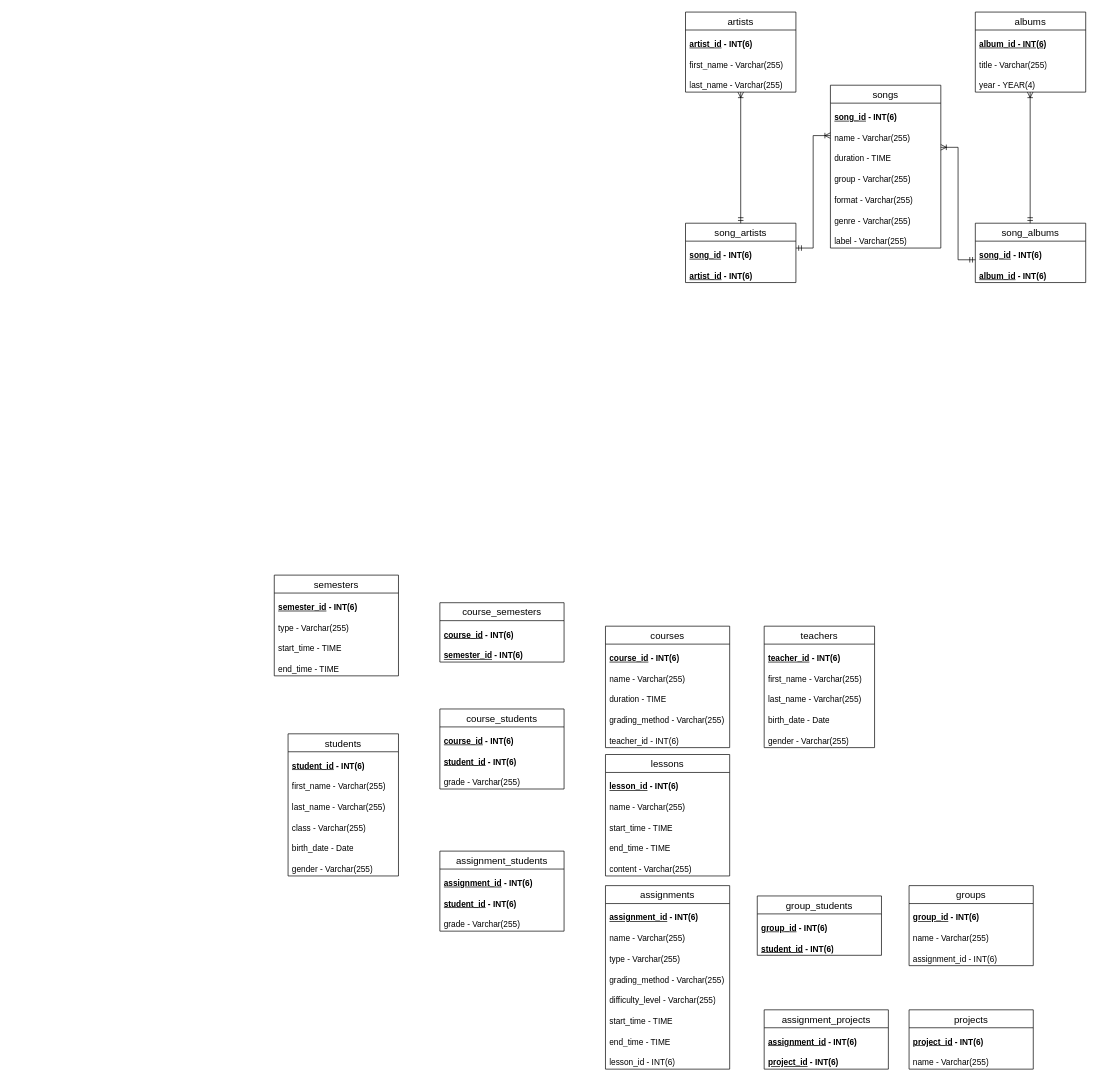
Nyan-Young/JavaBase keeps this draw.io diagram as 未命名绘图.drawio. Above is the earlier version. Source tidied: cells renumbered, new cells numbered last; positions are measured from the earlier drawing's top-left corner, leaving out a move shared by most shapes. Both pictures are drawn from the tidied source at 69%, with x=0, y=0 at pixel (274, 12).
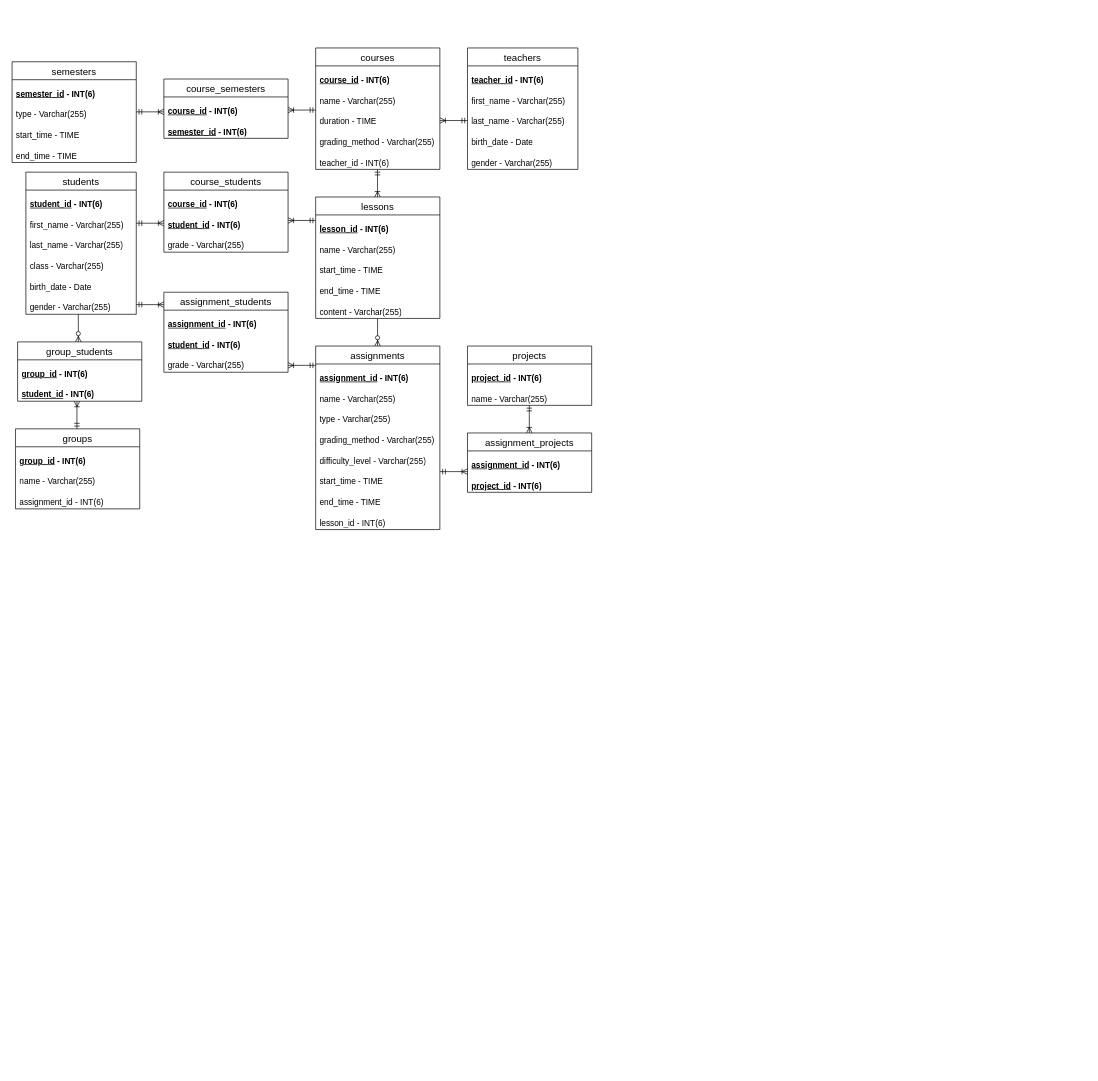
Above is the later version.

Commit message (it also covers changes not shown here):
更新未命名绘图.drawio

The edit, as a diff of the source:
```diff
@@
-    <mxCell id="2" value="songs" style="swimlane;fontStyle=0;horizontal=1;startSize=26;align=center;fontSize=14;verticalAlign=middle;" parent="1" vertex="1">
-      <mxGeometry x="806" y="106" width="160" height="236" as="geometry" />
-    </mxCell>
-    <mxCell id="3" value="&lt;p class=&quot;MsoNormal&quot;&gt;&lt;b&gt;&lt;u&gt;song_id&lt;/u&gt; - INT(6)&lt;/b&gt;&lt;/p&gt;" style="text;strokeColor=none;fillColor=none;spacingLeft=4;spacingRight=4;overflow=hidden;fontSize=12;whiteSpace=wrap;html=1;verticalAlign=bottom;" parent="2" vertex="1">
-      <mxGeometry y="26" width="160" height="30" as="geometry" />
-    </mxCell>
-    <mxCell id="4" value="&lt;p style=&quot;border-color: var(--border-color);&quot; class=&quot;MsoNormal&quot;&gt;name - Varchar(255)&lt;/p&gt;" style="text;strokeColor=none;fillColor=none;spacingLeft=4;spacingRight=4;overflow=hidden;fontSize=12;whiteSpace=wrap;html=1;verticalAlign=bottom;" parent="2" vertex="1">
-      <mxGeometry y="56" width="160" height="30" as="geometry" />
-    </mxCell>
-    <mxCell id="5" value="&lt;p style=&quot;border-color: var(--border-color);&quot; class=&quot;MsoNormal&quot;&gt;duration - TIME&lt;/p&gt;" style="text;strokeColor=none;fillColor=none;spacingLeft=4;spacingRight=4;overflow=hidden;fontSize=12;whiteSpace=wrap;html=1;verticalAlign=bottom;" parent="2" vertex="1">
-      <mxGeometry y="86" width="160" height="30" as="geometry" />
-    </mxCell>
-    <mxCell id="6" value="&lt;span style=&quot;background-color: initial;&quot;&gt;group - Varchar(255)&lt;/span&gt;" style="text;strokeColor=none;fillColor=none;spacingLeft=4;spacingRight=4;overflow=hidden;fontSize=12;whiteSpace=wrap;html=1;verticalAlign=bottom;" parent="2" vertex="1">
-      <mxGeometry y="116" width="160" height="30" as="geometry" />
-    </mxCell>
-    <mxCell id="7" value="&lt;span style=&quot;background-color: initial;&quot;&gt;format - Varchar(255)&lt;/span&gt;&lt;br&gt;" style="text;strokeColor=none;fillColor=none;spacingLeft=4;spacingRight=4;overflow=hidden;fontSize=12;whiteSpace=wrap;html=1;verticalAlign=bottom;" parent="2" vertex="1">
-      <mxGeometry y="146" width="160" height="30" as="geometry" />
-    </mxCell>
-    <mxCell id="8" value="genre - Varchar(255)" style="text;strokeColor=none;fillColor=none;spacingLeft=4;spacingRight=4;overflow=hidden;fontSize=12;whiteSpace=wrap;html=1;verticalAlign=bottom;" parent="2" vertex="1">
-      <mxGeometry y="176" width="160" height="30" as="geometry" />
-    </mxCell>
-    <mxCell id="9" value="label - Varchar(255)" style="text;strokeColor=none;fillColor=none;spacingLeft=4;spacingRight=4;overflow=hidden;fontSize=12;whiteSpace=wrap;html=1;verticalAlign=bottom;" parent="2" vertex="1">
-      <mxGeometry y="206" width="160" height="30" as="geometry" />
-    </mxCell>
-    <mxCell id="10" value="artists" style="swimlane;fontStyle=0;horizontal=1;startSize=26;align=center;fontSize=14;verticalAlign=middle;" parent="1" vertex="1">
-      <mxGeometry x="596" width="160" height="116" as="geometry" />
-    </mxCell>
-    <mxCell id="11" value="&lt;p class=&quot;MsoNormal&quot;&gt;&lt;b&gt;&lt;u&gt;artist_id&lt;/u&gt; - INT(6)&lt;/b&gt;&lt;/p&gt;" style="text;strokeColor=none;fillColor=none;spacingLeft=4;spacingRight=4;overflow=hidden;fontSize=12;whiteSpace=wrap;html=1;verticalAlign=bottom;" parent="10" vertex="1">
-      <mxGeometry y="26" width="160" height="30" as="geometry" />
-    </mxCell>
-    <mxCell id="12" value="&lt;p style=&quot;border-color: var(--border-color);&quot; class=&quot;MsoNormal&quot;&gt;first_name - Varchar(255)&lt;/p&gt;" style="text;strokeColor=none;fillColor=none;spacingLeft=4;spacingRight=4;overflow=hidden;fontSize=12;whiteSpace=wrap;html=1;verticalAlign=bottom;" parent="10" vertex="1">
-      <mxGeometry y="56" width="160" height="30" as="geometry" />
-    </mxCell>
-    <mxCell id="13" value="&lt;p style=&quot;border-color: var(--border-color);&quot; class=&quot;MsoNormal&quot;&gt;last_name - Varchar(255)&lt;br&gt;&lt;/p&gt;" style="text;strokeColor=none;fillColor=none;spacingLeft=4;spacingRight=4;overflow=hidden;points=[[0,0.5],[1,0.5]];portConstraint=eastwest;fontSize=12;whiteSpace=wrap;html=1;verticalAlign=bottom;" parent="10" vertex="1">
-      <mxGeometry y="86" width="160" height="30" as="geometry" />
-    </mxCell>
-    <mxCell id="14" value="albums" style="swimlane;fontStyle=0;horizontal=1;startSize=26;align=center;fontSize=14;verticalAlign=middle;" parent="1" vertex="1">
-      <mxGeometry x="1016" width="160" height="116" as="geometry" />
-    </mxCell>
-    <mxCell id="15" value="&lt;b&gt;&lt;u&gt;album&lt;span style=&quot;background-color: initial;&quot;&gt;_id - INT(6)&lt;/span&gt;&lt;/u&gt;&lt;/b&gt;" style="text;strokeColor=none;fillColor=none;spacingLeft=4;spacingRight=4;overflow=hidden;fontSize=12;whiteSpace=wrap;html=1;verticalAlign=bottom;" parent="14" vertex="1">
-      <mxGeometry y="26" width="160" height="30" as="geometry" />
-    </mxCell>
-    <mxCell id="16" value="&lt;p class=&quot;MsoNormal&quot;&gt;title - Varchar(255)&lt;/p&gt;" style="text;strokeColor=none;fillColor=none;spacingLeft=4;spacingRight=4;overflow=hidden;fontSize=12;whiteSpace=wrap;html=1;verticalAlign=bottom;" parent="14" vertex="1">
-      <mxGeometry y="56" width="160" height="30" as="geometry" />
-    </mxCell>
-    <mxCell id="17" value="&lt;p class=&quot;MsoNormal&quot;&gt;year - YEAR(4)&lt;/p&gt;" style="text;strokeColor=none;fillColor=none;spacingLeft=4;spacingRight=4;overflow=hidden;fontSize=12;whiteSpace=wrap;html=1;verticalAlign=bottom;" parent="14" vertex="1">
-      <mxGeometry y="86" width="160" height="30" as="geometry" />
-    </mxCell>
-    <mxCell id="18" value="song_artists" style="swimlane;fontStyle=0;horizontal=1;startSize=26;align=center;fontSize=14;verticalAlign=middle;" parent="1" vertex="1">
-      <mxGeometry x="596" y="306" width="160" height="86" as="geometry" />
-    </mxCell>
-    <mxCell id="19" value="&lt;p class=&quot;MsoNormal&quot;&gt;&lt;b style=&quot;border-color: var(--border-color);&quot;&gt;&lt;u style=&quot;border-color: var(--border-color);&quot;&gt;song_id&lt;/u&gt;&amp;nbsp;- INT(6)&lt;/b&gt;&lt;br&gt;&lt;/p&gt;" style="text;strokeColor=none;fillColor=none;spacingLeft=4;spacingRight=4;overflow=hidden;fontSize=12;whiteSpace=wrap;html=1;verticalAlign=bottom;" parent="18" vertex="1">
-      <mxGeometry y="26" width="160" height="30" as="geometry" />
-    </mxCell>
-    <mxCell id="20" value="&lt;p style=&quot;border-color: var(--border-color);&quot; class=&quot;MsoNormal&quot;&gt;&lt;b style=&quot;border-color: var(--border-color);&quot;&gt;&lt;u style=&quot;border-color: var(--border-color);&quot;&gt;artist_id&lt;/u&gt;&amp;nbsp;- INT(6)&lt;/b&gt;&lt;br&gt;&lt;/p&gt;" style="text;strokeColor=none;fillColor=none;spacingLeft=4;spacingRight=4;overflow=hidden;fontSize=12;whiteSpace=wrap;html=1;verticalAlign=bottom;" parent="18" vertex="1">
-      <mxGeometry y="56" width="160" height="30" as="geometry" />
-    </mxCell>
-    <mxCell id="21" value="song_albums" style="swimlane;fontStyle=0;horizontal=1;startSize=26;align=center;fontSize=14;verticalAlign=middle;" parent="1" vertex="1">
-      <mxGeometry x="1016" y="306" width="160" height="86" as="geometry" />
-    </mxCell>
-    <mxCell id="22" value="&lt;p class=&quot;MsoNormal&quot;&gt;&lt;b style=&quot;border-color: var(--border-color);&quot;&gt;&lt;u style=&quot;border-color: var(--border-color);&quot;&gt;song_id&lt;/u&gt;&amp;nbsp;- INT(6)&lt;/b&gt;&lt;br&gt;&lt;/p&gt;" style="text;strokeColor=none;fillColor=none;spacingLeft=4;spacingRight=4;overflow=hidden;points=[[0,0.5],[1,0.5]];portConstraint=eastwest;fontSize=12;whiteSpace=wrap;html=1;verticalAlign=bottom;" parent="21" vertex="1">
-      <mxGeometry y="26" width="160" height="30" as="geometry" />
-    </mxCell>
-    <mxCell id="23" value="&lt;p style=&quot;border-color: var(--border-color);&quot; class=&quot;MsoNormal&quot;&gt;&lt;b style=&quot;border-color: var(--border-color);&quot;&gt;&lt;u style=&quot;border-color: var(--border-color);&quot;&gt;album_id&lt;/u&gt;&amp;nbsp;- INT(6)&lt;/b&gt;&lt;br&gt;&lt;/p&gt;" style="text;strokeColor=none;fillColor=none;spacingLeft=4;spacingRight=4;overflow=hidden;fontSize=12;whiteSpace=wrap;html=1;verticalAlign=bottom;" parent="21" vertex="1">
-      <mxGeometry y="56" width="160" height="30" as="geometry" />
-    </mxCell>
-    <mxCell id="24" style="fontSize=12;html=1;endArrow=ERoneToMany;startArrow=ERmandOne;rounded=0;exitX=0.5;exitY=0;exitDx=0;exitDy=0;entryX=0.5;entryY=1;entryDx=0;entryDy=0;entryPerimeter=0;" parent="1" edge="1" source="18" target="13">
-      <mxGeometry relative="1" as="geometry" />
-    </mxCell>
-    <mxCell id="25" style="fontSize=12;html=1;endArrow=ERoneToMany;startArrow=ERmandOne;rounded=0;exitX=0.5;exitY=0;exitDx=0;exitDy=0;entryX=0.5;entryY=1;entryDx=0;entryDy=0;entryPerimeter=0;" parent="1" edge="1">
-      <mxGeometry relative="1" as="geometry">
-        <mxPoint x="1095.5" y="306" as="sourcePoint" />
-        <mxPoint x="1095.5" y="116" as="targetPoint" />
-      </mxGeometry>
-    </mxCell>
-    <mxCell id="26" style="edgeStyle=orthogonalEdgeStyle;fontSize=12;html=1;endArrow=ERoneToMany;startArrow=ERmandOne;rounded=0;" parent="1" edge="1" source="22">
-      <mxGeometry relative="1" as="geometry">
-        <mxPoint x="966" y="196" as="targetPoint" />
-        <Array as="points">
-          <mxPoint x="991" y="359" />
-          <mxPoint x="991" y="196" />
-        </Array>
-      </mxGeometry>
-    </mxCell>
-    <mxCell id="27" style="edgeStyle=orthogonalEdgeStyle;fontSize=12;html=1;endArrow=ERoneToMany;startArrow=ERmandOne;rounded=0;" parent="1" edge="1">
-      <mxGeometry relative="1" as="geometry">
-        <mxPoint x="756" y="342" as="sourcePoint" />
-        <mxPoint x="806" y="179" as="targetPoint" />
-        <Array as="points">
-          <mxPoint x="781" y="342" />
-          <mxPoint x="781" y="179" />
-        </Array>
-      </mxGeometry>
-    </mxCell>
     <mxCell id="28" value="courses" style="swimlane;fontStyle=0;horizontal=1;startSize=26;align=center;fontSize=14;verticalAlign=middle;" parent="1" vertex="1">
-      <mxGeometry x="480" y="890" width="180" height="176" as="geometry" />
+      <mxGeometry x="60" y="52" width="180" height="176" as="geometry" />
     </mxCell>
@@
     <mxCell id="34" value="lessons" style="swimlane;fontStyle=0;horizontal=1;startSize=26;align=center;fontSize=14;verticalAlign=middle;" parent="1" vertex="1">
-      <mxGeometry x="480" y="1076" width="180" height="176" as="geometry" />
+      <mxGeometry x="60" y="268" width="180" height="176" as="geometry" />
     </mxCell>
@@
     <mxCell id="40" value="assignments" style="swimlane;fontStyle=0;horizontal=1;startSize=26;align=center;fontSize=14;verticalAlign=middle;" parent="1" vertex="1">
-      <mxGeometry x="480" y="1266" width="180" height="266" as="geometry" />
+      <mxGeometry x="60" y="484" width="180" height="266" as="geometry" />
     </mxCell>
@@
     <mxCell id="49" value="groups" style="swimlane;fontStyle=0;horizontal=1;startSize=26;align=center;fontSize=14;verticalAlign=middle;" parent="1" vertex="1">
-      <mxGeometry x="920" y="1266" width="180" height="116" as="geometry" />
+      <mxGeometry x="-375" y="604" width="180" height="116" as="geometry" />
     </mxCell>
@@
     <mxCell id="53" value="group_students" style="swimlane;fontStyle=0;horizontal=1;startSize=26;align=center;fontSize=14;verticalAlign=middle;" parent="1" vertex="1">
-      <mxGeometry x="700" y="1281" width="180" height="86" as="geometry" />
+      <mxGeometry x="-372" y="478" width="180" height="86" as="geometry" />
     </mxCell>
@@
     <mxCell id="56" value="projects" style="swimlane;fontStyle=0;horizontal=1;startSize=26;align=center;fontSize=14;verticalAlign=middle;" parent="1" vertex="1">
-      <mxGeometry x="920" y="1446" width="180" height="86" as="geometry" />
+      <mxGeometry x="280" y="484" width="180" height="86" as="geometry" />
     </mxCell>
@@
     <mxCell id="59" value="course_students" style="swimlane;fontStyle=0;horizontal=1;startSize=26;align=center;fontSize=14;verticalAlign=middle;" parent="1" vertex="1">
-      <mxGeometry x="240" y="1010" width="180" height="116" as="geometry" />
+      <mxGeometry x="-160" y="232" width="180" height="116" as="geometry" />
     </mxCell>
@@
     <mxCell id="63" value="assignment_students" style="swimlane;fontStyle=0;horizontal=1;startSize=26;align=center;fontSize=14;verticalAlign=middle;" parent="1" vertex="1">
-      <mxGeometry x="240" y="1216" width="180" height="116" as="geometry" />
+      <mxGeometry x="-160" y="406" width="180" height="116" as="geometry" />
     </mxCell>
@@
     <mxCell id="67" value="assignment_projects" style="swimlane;fontStyle=0;horizontal=1;startSize=26;align=center;fontSize=14;verticalAlign=middle;" parent="1" vertex="1">
-      <mxGeometry x="710" y="1446" width="180" height="86" as="geometry" />
+      <mxGeometry x="280" y="610" width="180" height="86" as="geometry" />
     </mxCell>
@@
     <mxCell id="70" value="semesters" style="swimlane;fontStyle=0;horizontal=1;startSize=26;align=center;fontSize=14;verticalAlign=middle;" parent="1" vertex="1">
-      <mxGeometry y="816" width="180" height="146" as="geometry" />
+      <mxGeometry x="-380" y="72" width="180" height="146" as="geometry" />
     </mxCell>
@@
     <mxCell id="75" value="course_semesters" style="swimlane;fontStyle=0;horizontal=1;startSize=26;align=center;fontSize=14;verticalAlign=middle;" parent="1" vertex="1">
-      <mxGeometry x="240" y="856" width="180" height="86" as="geometry" />
+      <mxGeometry x="-160" y="97" width="180" height="86" as="geometry" />
     </mxCell>
@@
     <mxCell id="78" value="students" style="swimlane;fontStyle=0;horizontal=1;startSize=26;align=center;fontSize=14;verticalAlign=middle;" parent="1" vertex="1">
-      <mxGeometry x="20" y="1046" width="160" height="206" as="geometry" />
+      <mxGeometry x="-360" y="232" width="160" height="206" as="geometry" />
     </mxCell>
@@
     <mxCell id="85" value="teachers" style="swimlane;fontStyle=0;horizontal=1;startSize=26;align=center;fontSize=14;verticalAlign=middle;" parent="1" vertex="1">
-      <mxGeometry x="710" y="890" width="160" height="176" as="geometry" />
+      <mxGeometry x="280" y="52" width="160" height="176" as="geometry" />
     </mxCell>
@@
+    <mxCell id="91" style="fontSize=12;html=1;endArrow=ERoneToMany;startArrow=ERmandOne;rounded=0;exitX=0.5;exitY=0;exitDx=0;exitDy=0;entryX=0.5;entryY=1;entryDx=0;entryDy=0;entryPerimeter=0;" parent="1" edge="1">
+      <mxGeometry relative="1" as="geometry">
+        <mxPoint x="280" y="157.2" as="sourcePoint" />
+        <mxPoint x="240" y="157.2" as="targetPoint" />
+      </mxGeometry>
+    </mxCell>
+    <mxCell id="92" style="fontSize=12;html=1;endArrow=ERoneToMany;startArrow=ERmandOne;rounded=0;exitX=0.5;exitY=0;exitDx=0;exitDy=0;entryX=0.5;entryY=1;entryDx=0;entryDy=0;entryPerimeter=0;" parent="1" edge="1">
+      <mxGeometry relative="1" as="geometry">
+        <mxPoint x="60" y="142" as="sourcePoint" />
+        <mxPoint x="20" y="142" as="targetPoint" />
+      </mxGeometry>
+    </mxCell>
+    <mxCell id="93" style="fontSize=12;html=1;endArrow=ERoneToMany;startArrow=ERmandOne;rounded=0;exitX=0.5;exitY=0;exitDx=0;exitDy=0;entryX=0.5;entryY=1;entryDx=0;entryDy=0;entryPerimeter=0;" parent="1" edge="1">
+      <mxGeometry relative="1" as="geometry">
+        <mxPoint x="-200" y="144.6" as="sourcePoint" />
+        <mxPoint x="-160" y="144.6" as="targetPoint" />
+      </mxGeometry>
+    </mxCell>
+    <mxCell id="94" style="fontSize=12;html=1;endArrow=ERoneToMany;startArrow=ERmandOne;rounded=0;exitX=0.5;exitY=0;exitDx=0;exitDy=0;entryX=0.5;entryY=1;entryDx=0;entryDy=0;entryPerimeter=0;" parent="1" edge="1">
+      <mxGeometry relative="1" as="geometry">
+        <mxPoint x="149.6" y="228" as="sourcePoint" />
+        <mxPoint x="149.6" y="268" as="targetPoint" />
+      </mxGeometry>
+    </mxCell>
+    <mxCell id="95" style="fontSize=12;html=1;endArrow=ERoneToMany;startArrow=ERmandOne;rounded=0;exitX=0.5;exitY=0;exitDx=0;exitDy=0;entryX=0.5;entryY=1;entryDx=0;entryDy=0;entryPerimeter=0;" parent="1" edge="1">
+      <mxGeometry relative="1" as="geometry">
+        <mxPoint x="369.6" y="570" as="sourcePoint" />
+        <mxPoint x="369.6" y="610" as="targetPoint" />
+      </mxGeometry>
+    </mxCell>
+    <mxCell id="96" style="fontSize=12;html=1;endArrow=ERzeroToMany;endFill=1;rounded=0;" parent="1" edge="1">
+      <mxGeometry relative="1" as="geometry">
+        <mxPoint x="149.7" y="444" as="sourcePoint" />
+        <mxPoint x="149.7" y="484" as="targetPoint" />
+      </mxGeometry>
+    </mxCell>
+    <mxCell id="97" style="fontSize=12;html=1;endArrow=ERoneToMany;startArrow=ERmandOne;rounded=0;exitX=0.5;exitY=0;exitDx=0;exitDy=0;entryX=0.5;entryY=1;entryDx=0;entryDy=0;entryPerimeter=0;" parent="1" edge="1">
+      <mxGeometry relative="1" as="geometry">
+        <mxPoint x="240" y="666" as="sourcePoint" />
+        <mxPoint x="280" y="666" as="targetPoint" />
+      </mxGeometry>
+    </mxCell>
+    <mxCell id="98" style="fontSize=12;html=1;endArrow=ERoneToMany;startArrow=ERmandOne;rounded=0;exitX=0.5;exitY=0;exitDx=0;exitDy=0;entryX=0.5;entryY=1;entryDx=0;entryDy=0;entryPerimeter=0;" parent="1" edge="1">
+      <mxGeometry relative="1" as="geometry">
+        <mxPoint x="60" y="302" as="sourcePoint" />
+        <mxPoint x="20" y="302" as="targetPoint" />
+      </mxGeometry>
+    </mxCell>
+    <mxCell id="99" style="fontSize=12;html=1;endArrow=ERoneToMany;startArrow=ERmandOne;rounded=0;exitX=0.5;exitY=0;exitDx=0;exitDy=0;entryX=0.5;entryY=1;entryDx=0;entryDy=0;entryPerimeter=0;" parent="1" edge="1">
+      <mxGeometry relative="1" as="geometry">
+        <mxPoint x="-200" y="306" as="sourcePoint" />
+        <mxPoint x="-160" y="306" as="targetPoint" />
+      </mxGeometry>
+    </mxCell>
+    <mxCell id="100" style="fontSize=12;html=1;endArrow=ERzeroToMany;endFill=1;rounded=0;" parent="1" edge="1">
+      <mxGeometry relative="1" as="geometry">
+        <mxPoint x="-284" y="438" as="sourcePoint" />
+        <mxPoint x="-284" y="478" as="targetPoint" />
+      </mxGeometry>
+    </mxCell>
+    <mxCell id="101" style="fontSize=12;html=1;endArrow=ERoneToMany;startArrow=ERmandOne;rounded=0;exitX=0.5;exitY=0;exitDx=0;exitDy=0;entryX=0.5;entryY=1;entryDx=0;entryDy=0;entryPerimeter=0;" parent="1" edge="1">
+      <mxGeometry relative="1" as="geometry">
+        <mxPoint x="60" y="512" as="sourcePoint" />
+        <mxPoint x="20" y="512" as="targetPoint" />
+      </mxGeometry>
+    </mxCell>
+    <mxCell id="102" style="fontSize=12;html=1;endArrow=ERoneToMany;startArrow=ERmandOne;rounded=0;exitX=0.5;exitY=0;exitDx=0;exitDy=0;entryX=0.5;entryY=1;entryDx=0;entryDy=0;entryPerimeter=0;" parent="1" edge="1">
+      <mxGeometry relative="1" as="geometry">
+        <mxPoint x="-200" y="424" as="sourcePoint" />
+        <mxPoint x="-160" y="424" as="targetPoint" />
+      </mxGeometry>
+    </mxCell>
+    <mxCell id="103" style="fontSize=12;html=1;endArrow=ERoneToMany;startArrow=ERmandOne;rounded=0;exitX=0.5;exitY=0;exitDx=0;exitDy=0;entryX=0.5;entryY=1;entryDx=0;entryDy=0;entryPerimeter=0;" parent="1" edge="1">
+      <mxGeometry relative="1" as="geometry">
+        <mxPoint x="-286" y="604" as="sourcePoint" />
+        <mxPoint x="-286" y="564" as="targetPoint" />
+      </mxGeometry>
+    </mxCell>
```
